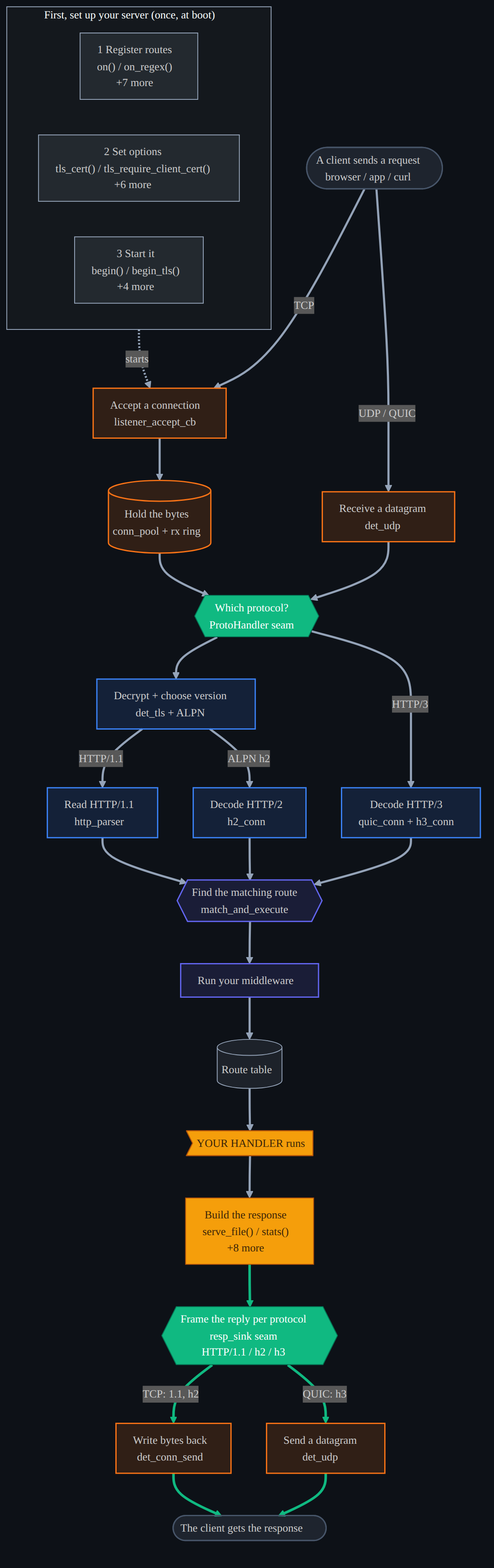
Above: docs/diagrams/api_flow.dark.png in dstroy0/DeterministicESPAsyncWebServer (Mermaid), before the change. Its source is kept beside it as docs/diagrams/api_flow.mmd.
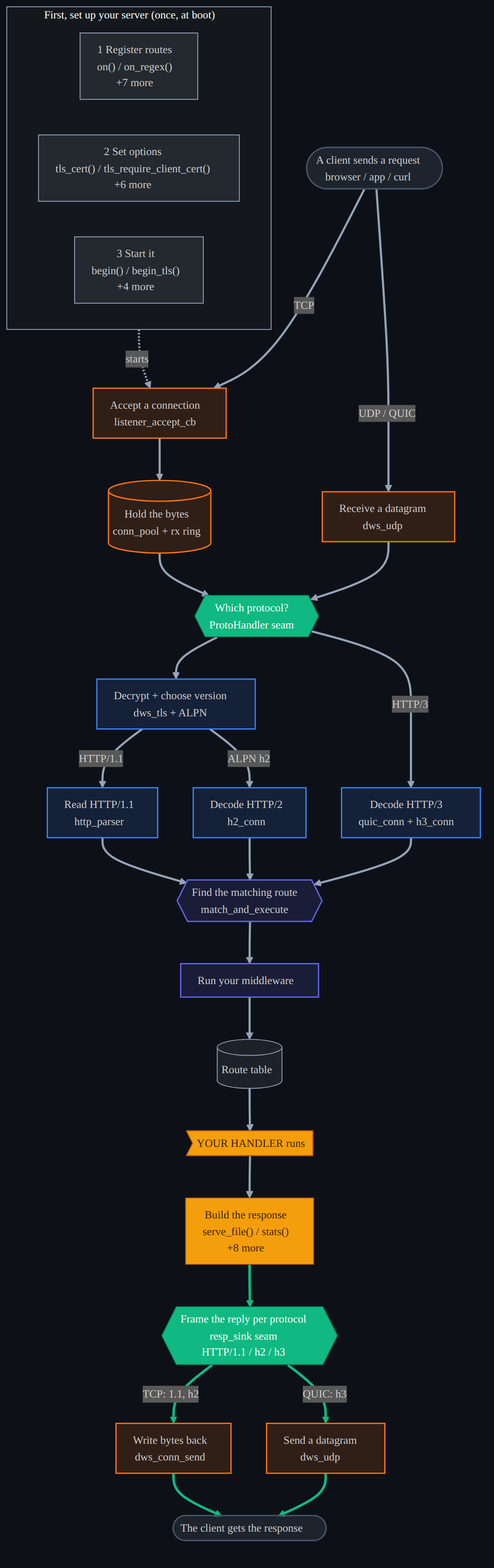
Above is the later version.

What changed in the source:
```diff
@@ -10,9 +10,9 @@
   cin(["A client sends a request<br/>browser / app / curl"])
   listen["Accept a connection<br/>listener_accept_cb"]
   ring[("Hold the bytes<br/>conn_pool + rx ring")]
-  udprx["Receive a datagram<br/>det_udp"]
+  udprx["Receive a datagram<br/>dws_udp"]
   seam{{"Which protocol?<br/>ProtoHandler seam<br/>"}}
-  tls["Decrypt + choose version<br/>det_tls + ALPN"]
+  tls["Decrypt + choose version<br/>dws_tls + ALPN"]
   parser["Read HTTP/1.1<br/>http_parser"]
   h2["Decode HTTP/2<br/>h2_conn"]
   h3["Decode HTTP/3<br/>quic_conn + h3_conn"]
@@ -22,8 +22,8 @@
   handler>"YOUR HANDLER runs"]
   resp["Build the response<br/>serve_file() / stats()<br/>+8 more"]
   sink{{"Frame the reply per protocol<br/>resp_sink seam<br/>HTTP/1.1 / h2 / h3"}}
-  consend["Write bytes back<br/>det_conn_send"]
-  udptx["Send a datagram<br/>det_udp"]
+  consend["Write bytes back<br/>dws_conn_send"]
+  udptx["Send a datagram<br/>dws_udp"]
   cout(["The client gets the response"])
 
   run -.->|starts| listen
```
